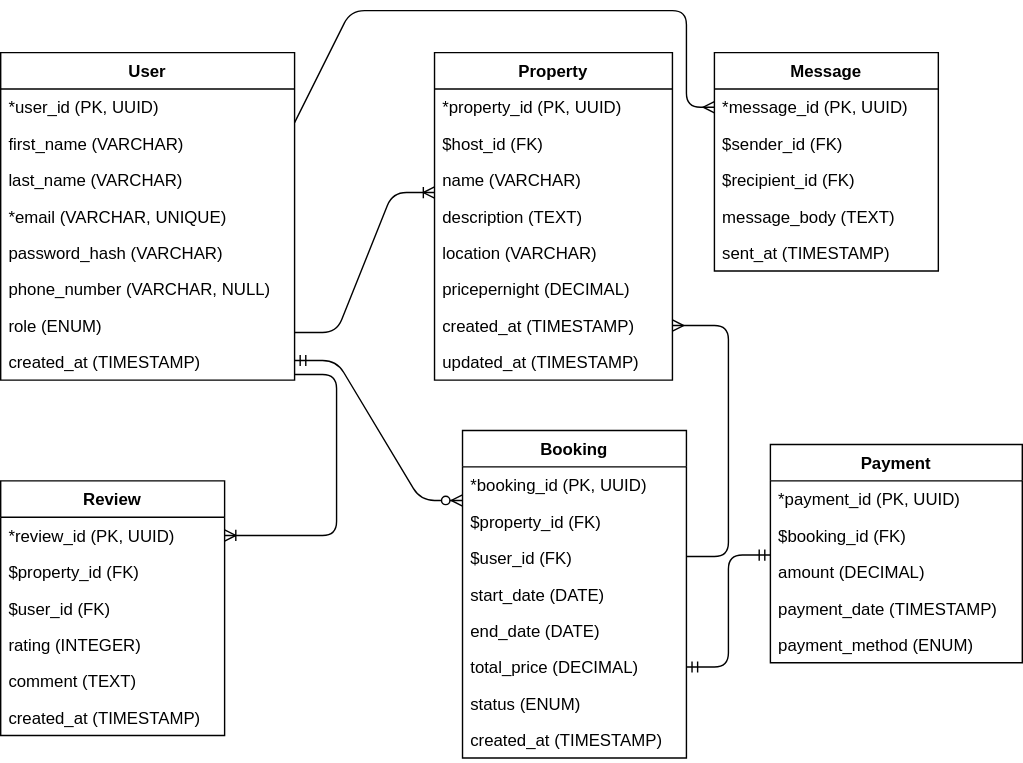
Earlier version of the draw.io export ERD/requirements.drawio.svg (Peddie-dev/alx-airbnb-database). Source tidied: cells renumbered, new cells last; positions are measured from the earlier drawing's top-left corner, leaving out a move shared by most shapes.
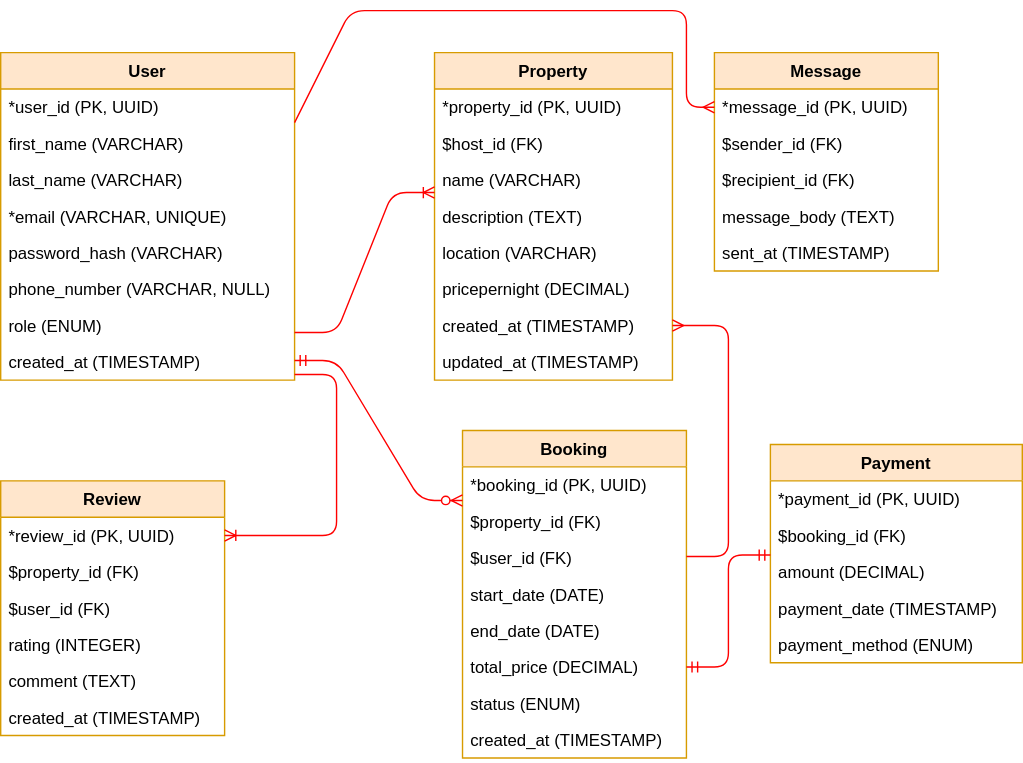
The same file after the commit.

Diff of the diagram source:
```diff
@@ -2,7 +2,7 @@
   <root>
     <mxCell id="0" />
     <mxCell id="1" parent="0" />
-    <mxCell id="2" value="Property" style="swimlane;fontStyle=1;horizontal=1;startSize=26;" parent="1" vertex="1">
+    <mxCell id="2" value="Property" style="swimlane;fontStyle=1;horizontal=1;startSize=26;fillColor=#ffe6cc;strokeColor=#d79b00;swimlaneFillColor=default;" parent="1" vertex="1">
       <mxGeometry x="310" y="30" width="170" height="234" as="geometry" />
     </mxCell>
     <mxCell id="3" value="*property_id (PK, UUID)" style="text;strokeColor=none;fillColor=none;align=left;verticalAlign=top;spacingLeft=4;spacingRight=4;overflow=hidden;" parent="2" vertex="1">
@@ -29,7 +29,7 @@
     <mxCell id="10" value="updated_at (TIMESTAMP)" style="text;strokeColor=none;fillColor=none;align=left;verticalAlign=top;spacingLeft=4;spacingRight=4;overflow=hidden;" parent="2" vertex="1">
       <mxGeometry y="208" width="170" height="26" as="geometry" />
     </mxCell>
-    <mxCell id="11" value="Booking" style="swimlane;fontStyle=1;horizontal=1;startSize=26;" parent="1" vertex="1">
+    <mxCell id="11" value="Booking" style="swimlane;fontStyle=1;horizontal=1;startSize=26;fillColor=#ffe6cc;strokeColor=#d79b00;swimlaneFillColor=default;" parent="1" vertex="1">
       <mxGeometry x="330" y="300" width="160" height="234" as="geometry" />
     </mxCell>
     <mxCell id="12" value="*booking_id (PK, UUID)" style="text;strokeColor=none;fillColor=none;align=left;verticalAlign=top;spacingLeft=4;spacingRight=4;overflow=hidden;" parent="11" vertex="1">
@@ -56,7 +56,7 @@
     <mxCell id="19" value="created_at (TIMESTAMP)" style="text;strokeColor=none;fillColor=none;align=left;verticalAlign=top;spacingLeft=4;spacingRight=4;overflow=hidden;" parent="11" vertex="1">
       <mxGeometry y="208" width="160" height="26" as="geometry" />
     </mxCell>
-    <mxCell id="20" value="Payment" style="swimlane;fontStyle=1;horizontal=1;startSize=26;" parent="1" vertex="1">
+    <mxCell id="20" value="Payment" style="swimlane;fontStyle=1;horizontal=1;startSize=26;fillColor=#ffe6cc;strokeColor=#d79b00;swimlaneFillColor=default;" parent="1" vertex="1">
       <mxGeometry x="550" y="310" width="180" height="156" as="geometry" />
     </mxCell>
     <mxCell id="21" value="*payment_id (PK, UUID)" style="text;strokeColor=none;fillColor=none;align=left;verticalAlign=top;spacingLeft=4;spacingRight=4;overflow=hidden;" parent="20" vertex="1">
@@ -74,7 +74,7 @@
     <mxCell id="25" value="payment_method (ENUM)" style="text;strokeColor=none;fillColor=none;align=left;verticalAlign=top;spacingLeft=4;spacingRight=4;overflow=hidden;" parent="20" vertex="1">
       <mxGeometry y="130" width="180" height="26" as="geometry" />
     </mxCell>
-    <mxCell id="26" value="Review" style="swimlane;fontStyle=1;horizontal=1;startSize=26;" parent="1" vertex="1">
+    <mxCell id="26" value="Review" style="swimlane;fontStyle=1;horizontal=1;startSize=26;fillColor=#ffe6cc;strokeColor=#d79b00;swimlaneFillColor=default;" parent="1" vertex="1">
       <mxGeometry y="336" width="160" height="182" as="geometry" />
     </mxCell>
     <mxCell id="27" value="*review_id (PK, UUID)" style="text;strokeColor=none;fillColor=none;align=left;verticalAlign=top;spacingLeft=4;spacingRight=4;overflow=hidden;points=[[0,0.5],[1,0.5]];portConstraint=eastwest;" parent="26" vertex="1">
@@ -95,7 +95,7 @@
     <mxCell id="32" value="created_at (TIMESTAMP)" style="text;strokeColor=none;fillColor=none;align=left;verticalAlign=top;spacingLeft=4;spacingRight=4;overflow=hidden;" parent="26" vertex="1">
       <mxGeometry y="156" width="160" height="26" as="geometry" />
     </mxCell>
-    <mxCell id="33" value="Message" style="swimlane;fontStyle=1;horizontal=1;startSize=26;" parent="1" vertex="1">
+    <mxCell id="33" value="Message" style="swimlane;fontStyle=1;horizontal=1;startSize=26;fillColor=#ffe6cc;strokeColor=#d79b00;swimlaneFillColor=default;" parent="1" vertex="1">
       <mxGeometry x="510" y="30" width="160" height="156" as="geometry" />
     </mxCell>
     <mxCell id="34" value="*message_id (PK, UUID)" style="text;strokeColor=none;fillColor=none;align=left;verticalAlign=top;spacingLeft=4;spacingRight=4;overflow=hidden;points=[[0,0.5],[1,0.5]];portConstraint=eastwest;" parent="33" vertex="1">
@@ -113,16 +113,16 @@
     <mxCell id="38" value="sent_at (TIMESTAMP)" style="text;strokeColor=none;fillColor=none;align=left;verticalAlign=top;spacingLeft=4;spacingRight=4;overflow=hidden;" parent="33" vertex="1">
       <mxGeometry y="130" width="160" height="26" as="geometry" />
     </mxCell>
-    <mxCell id="39" value="User" style="swimlane;fontStyle=1;horizontal=1;startSize=26;" parent="1" vertex="1">
+    <mxCell id="39" value="User" style="swimlane;fontStyle=1;horizontal=1;startSize=26;fillColor=#ffe6cc;strokeColor=#d79b00;swimlaneFillColor=default;" parent="1" vertex="1">
       <mxGeometry y="30" width="210" height="234" as="geometry" />
     </mxCell>
     <mxCell id="40" value="*user_id (PK, UUID)" style="text;strokeColor=none;fillColor=none;align=left;verticalAlign=top;spacingLeft=4;spacingRight=4;overflow=hidden;" parent="39" vertex="1">
       <mxGeometry y="26" width="210" height="26" as="geometry" />
     </mxCell>
-    <mxCell id="41" value="first_name (VARCHAR)" style="text;strokeColor=none;fillColor=none;align=left;verticalAlign=top;spacingLeft=4;spacingRight=4;overflow=hidden;" parent="39" vertex="1">
+    <mxCell id="41" value="first_name (VARCHAR)" style="text;align=left;verticalAlign=top;spacingLeft=4;spacingRight=4;overflow=hidden;" parent="39" vertex="1">
       <mxGeometry y="52" width="210" height="26" as="geometry" />
     </mxCell>
-    <mxCell id="42" value="last_name (VARCHAR)" style="text;strokeColor=none;fillColor=none;align=left;verticalAlign=top;spacingLeft=4;spacingRight=4;overflow=hidden;" parent="39" vertex="1">
+    <mxCell id="42" value="last_name (VARCHAR)" style="text;align=left;verticalAlign=top;spacingLeft=4;spacingRight=4;overflow=hidden;" parent="39" vertex="1">
       <mxGeometry y="78" width="210" height="26" as="geometry" />
     </mxCell>
     <mxCell id="43" value="*email (VARCHAR, UNIQUE)" style="text;strokeColor=none;fillColor=none;align=left;verticalAlign=top;spacingLeft=4;spacingRight=4;overflow=hidden;" parent="39" vertex="1">
@@ -140,13 +140,13 @@
     <mxCell id="47" value="created_at (TIMESTAMP)" style="text;strokeColor=none;fillColor=none;align=left;verticalAlign=top;spacingLeft=4;spacingRight=4;overflow=hidden;" parent="39" vertex="1">
       <mxGeometry y="208" width="210" height="26" as="geometry" />
     </mxCell>
-    <mxCell id="48" style="edgeStyle=entityRelationEdgeStyle;fontSize=12;html=1;endArrow=ERoneToMany;" parent="1" edge="1">
+    <mxCell id="48" style="edgeStyle=entityRelationEdgeStyle;fontSize=12;html=1;endArrow=ERoneToMany;strokeColor=#FF0000;" parent="1" edge="1">
       <mxGeometry relative="1" as="geometry">
         <mxPoint x="210" y="230" as="sourcePoint" />
         <mxPoint x="310" y="130" as="targetPoint" />
       </mxGeometry>
     </mxCell>
-    <mxCell id="49" style="edgeStyle=entityRelationEdgeStyle;fontSize=12;html=1;endArrow=ERoneToMany;entryX=1;entryY=0.5;entryDx=0;entryDy=0;exitX=1;exitY=0.5;exitDx=0;exitDy=0;" parent="1" edge="1" target="27">
+    <mxCell id="49" style="edgeStyle=entityRelationEdgeStyle;fontSize=12;html=1;endArrow=ERoneToMany;entryX=1;entryY=0.5;entryDx=0;entryDy=0;exitX=1;exitY=0.5;exitDx=0;exitDy=0;strokeColor=#FF0000;" parent="1" edge="1" target="27">
       <mxGeometry relative="1" as="geometry">
         <mxPoint x="210" y="260" as="sourcePoint" />
         <Array as="points">
@@ -155,7 +155,7 @@
         </Array>
       </mxGeometry>
     </mxCell>
-    <mxCell id="50" style="edgeStyle=entityRelationEdgeStyle;fontSize=12;html=1;endArrow=ERzeroToMany;startArrow=ERmandOne;" parent="1" edge="1">
+    <mxCell id="50" style="edgeStyle=entityRelationEdgeStyle;fontSize=12;html=1;endArrow=ERzeroToMany;startArrow=ERmandOne;strokeColor=#FF0000;" parent="1" edge="1">
       <mxGeometry relative="1" as="geometry">
         <mxPoint x="210" y="250" as="sourcePoint" />
         <mxPoint x="330" y="350" as="targetPoint" />
@@ -166,12 +166,12 @@
         </Array>
       </mxGeometry>
     </mxCell>
-    <mxCell id="51" style="edgeStyle=entityRelationEdgeStyle;fontSize=12;html=1;endArrow=ERmany;entryX=1;entryY=0.5;entryDx=0;entryDy=0;" parent="1" edge="1" target="9">
+    <mxCell id="51" style="edgeStyle=entityRelationEdgeStyle;fontSize=12;html=1;endArrow=ERmany;entryX=1;entryY=0.5;entryDx=0;entryDy=0;strokeColor=#FF0000;" parent="1" edge="1" target="9">
       <mxGeometry relative="1" as="geometry">
         <mxPoint x="490" y="390" as="sourcePoint" />
       </mxGeometry>
     </mxCell>
-    <mxCell id="52" style="edgeStyle=entityRelationEdgeStyle;fontSize=12;html=1;endArrow=ERmandOne;startArrow=ERmandOne;exitX=1;exitY=0.5;exitDx=0;exitDy=0;" parent="1" edge="1" source="17">
+    <mxCell id="52" style="edgeStyle=entityRelationEdgeStyle;fontSize=12;html=1;endArrow=ERmandOne;startArrow=ERmandOne;exitX=1;exitY=0.5;exitDx=0;exitDy=0;strokeColor=#FF0000;" parent="1" edge="1" source="17">
       <mxGeometry relative="1" as="geometry">
         <mxPoint x="550" y="389" as="targetPoint" />
         <Array as="points">
@@ -181,7 +181,7 @@
         </Array>
       </mxGeometry>
     </mxCell>
-    <mxCell id="53" style="fontSize=12;html=1;endArrow=ERmany;entryX=0;entryY=0.5;entryDx=0;entryDy=0;" parent="1" edge="1" target="34">
+    <mxCell id="53" style="fontSize=12;html=1;endArrow=ERmany;entryX=0;entryY=0.5;entryDx=0;entryDy=0;strokeColor=#FF0000;jumpSize=6;" parent="1" edge="1" target="34">
       <mxGeometry relative="1" as="geometry">
         <mxPoint x="210" y="80" as="sourcePoint" />
         <Array as="points">
```
